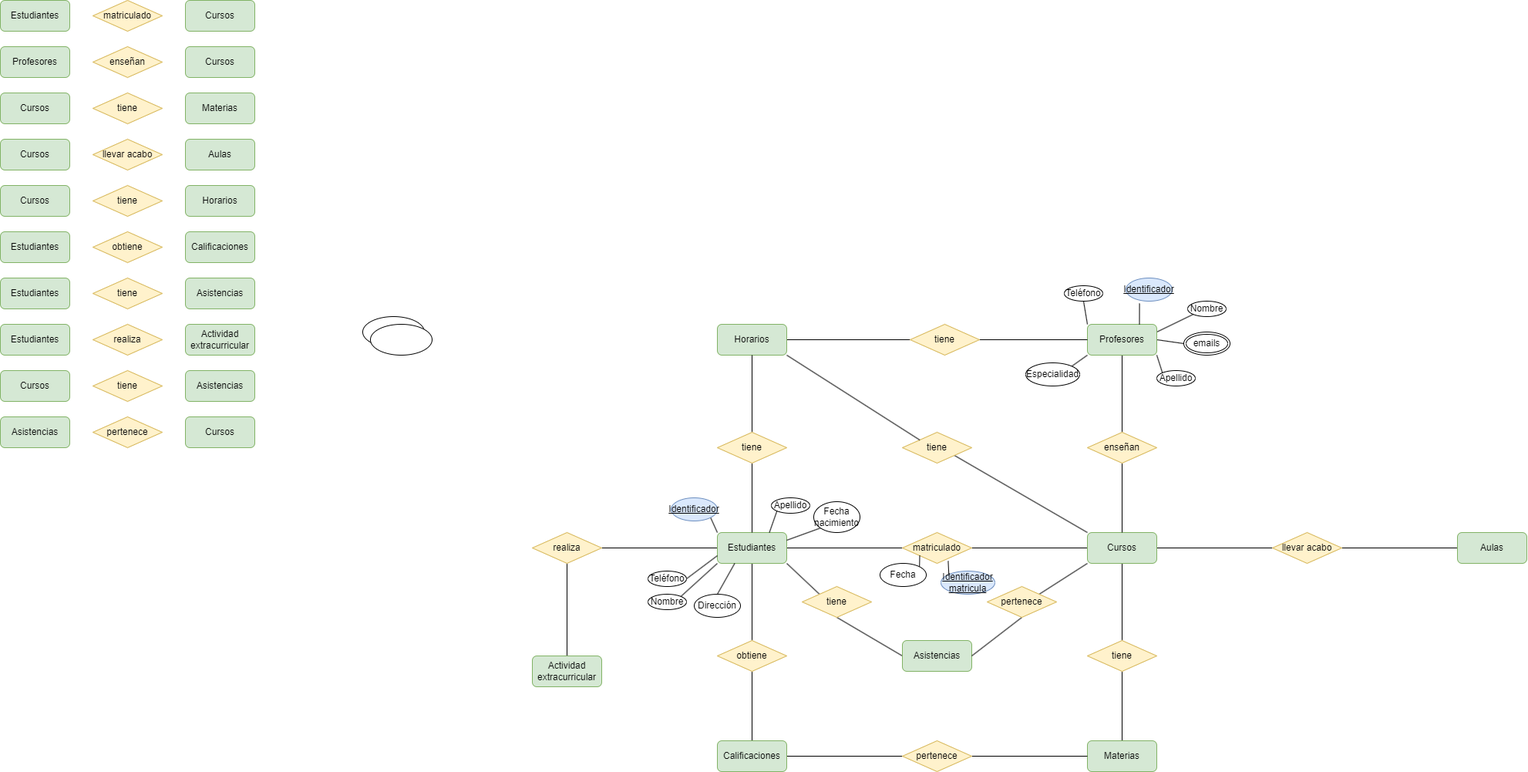
Above: Unidad-1/Tareas/Tareas-evaluables/Tarea-evaluable-1/Ejercicio-evaluable-1.drawio.png in LuisMGlez/base-datos (draw.io), before the change. Source tidied: cells renumbered, new cells last; positions are measured from the earlier drawing's top-left corner, leaving out a move shared by most shapes.
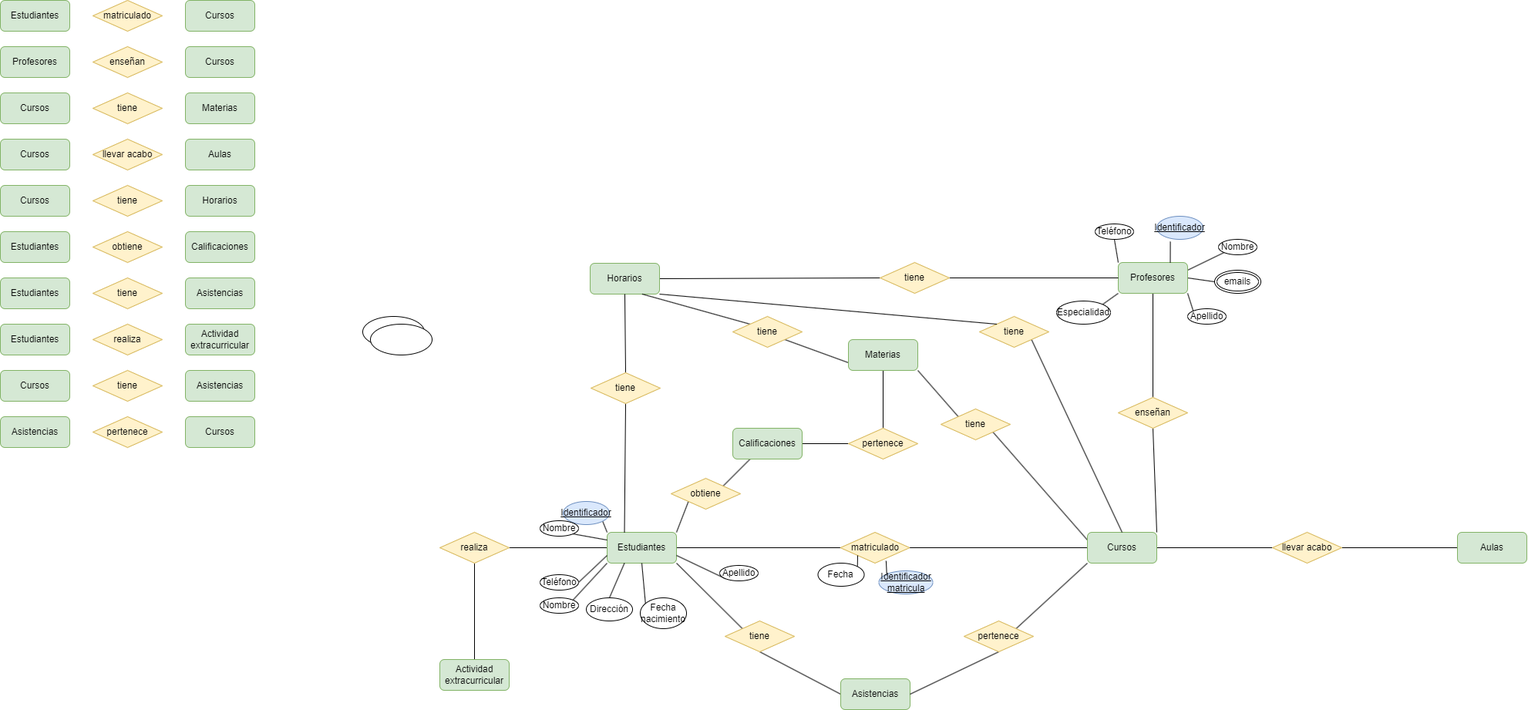
The same file after the commit.

Change to the diagram source:
```diff
@@ -88,5 +88,2 @@
     </mxCell>
-    <mxCell id="30" style="edgeStyle=orthogonalEdgeStyle;rounded=0;jettySize=auto;html=1;exitX=0.5;exitY=1;exitDx=0;exitDy=0;entryX=0.5;entryY=0;entryDx=0;entryDy=0;endArrow=none;endFill=0;" parent="1" edge="1" source="33" target="60">
-      <mxGeometry relative="1" as="geometry" />
-    </mxCell>
     <mxCell id="31" style="rounded=0;jettySize=auto;html=1;exitX=1;exitY=1;exitDx=0;exitDy=0;entryX=0;entryY=0;entryDx=0;entryDy=0;endArrow=none;endFill=0;" parent="1" edge="1" source="33" target="64">
@@ -97,4 +94,7 @@
     </mxCell>
+    <mxCell id="30" style="rounded=0;jettySize=auto;html=1;exitX=1;exitY=0;exitDx=0;exitDy=0;entryX=0;entryY=1;entryDx=0;entryDy=0;endArrow=none;endFill=0;" parent="1" edge="1" source="33" target="60">
+      <mxGeometry relative="1" as="geometry" />
+    </mxCell>
     <mxCell id="33" value="Estudiantes" style="rounded=1;whiteSpace=wrap;html=1;fillColor=#d5e8d4;strokeColor=#82b366;" parent="1" vertex="1">
-      <mxGeometry x="930" y="690" width="90" height="40" as="geometry" />
+      <mxGeometry x="787" y="690" width="90" height="40" as="geometry" />
     </mxCell>
@@ -104,7 +104,4 @@
     <mxCell id="35" value="matriculado" style="rhombus;whiteSpace=wrap;html=1;fillColor=#fff2cc;strokeColor=#d6b656;" parent="1" vertex="1">
-      <mxGeometry x="1170" y="690" width="90" height="40" as="geometry" />
+      <mxGeometry x="1089.5" y="690" width="90" height="40" as="geometry" />
     </mxCell>
-    <mxCell id="36" style="edgeStyle=orthogonalEdgeStyle;rounded=0;jettySize=auto;html=1;exitX=0.5;exitY=1;exitDx=0;exitDy=0;entryX=0.5;entryY=0;entryDx=0;entryDy=0;endArrow=none;endFill=0;" parent="1" edge="1" source="38" target="49">
-      <mxGeometry relative="1" as="geometry" />
-    </mxCell>
     <mxCell id="37" style="edgeStyle=orthogonalEdgeStyle;rounded=0;jettySize=auto;html=1;exitX=1;exitY=0.5;exitDx=0;exitDy=0;entryX=0;entryY=0.5;entryDx=0;entryDy=0;endArrow=none;endFill=0;" parent="1" edge="1" source="38" target="52">
@@ -112,2 +109,8 @@
     </mxCell>
+    <mxCell id="107" style="rounded=0;jettySize=auto;html=1;exitX=1;exitY=0;exitDx=0;exitDy=0;entryX=0.5;entryY=1;entryDx=0;entryDy=0;endArrow=none;endFill=0;" parent="1" edge="1" source="38" target="47">
+      <mxGeometry relative="1" as="geometry" />
+    </mxCell>
+    <mxCell id="108" style="rounded=0;jettySize=auto;html=1;exitX=0;exitY=0.25;exitDx=0;exitDy=0;entryX=1;entryY=1;entryDx=0;entryDy=0;endArrow=none;endFill=0;" parent="1" edge="1" source="38" target="111">
+      <mxGeometry relative="1" as="geometry" />
+    </mxCell>
     <mxCell id="38" value="Cursos" style="rounded=1;whiteSpace=wrap;html=1;fillColor=#d5e8d4;strokeColor=#82b366;" parent="1" vertex="1">
@@ -134,19 +137,7 @@
     <mxCell id="45" value="Profesores" style="rounded=1;whiteSpace=wrap;html=1;fillColor=#d5e8d4;strokeColor=#82b366;" parent="1" vertex="1">
-      <mxGeometry x="1410" y="420" width="90" height="40" as="geometry" />
+      <mxGeometry x="1450" y="340" width="90" height="40" as="geometry" />
     </mxCell>
-    <mxCell id="46" style="edgeStyle=orthogonalEdgeStyle;rounded=0;jettySize=auto;html=1;exitX=0.5;exitY=1;exitDx=0;exitDy=0;entryX=0.5;entryY=0;entryDx=0;entryDy=0;endArrow=none;endFill=0;" parent="1" edge="1" source="47" target="38">
-      <mxGeometry relative="1" as="geometry" />
-    </mxCell>
     <mxCell id="47" value="enseñan" style="rhombus;whiteSpace=wrap;html=1;fillColor=#fff2cc;strokeColor=#d6b656;" parent="1" vertex="1">
-      <mxGeometry x="1410" y="560" width="90" height="40" as="geometry" />
+      <mxGeometry x="1450" y="515" width="90" height="40" as="geometry" />
     </mxCell>
-    <mxCell id="48" style="edgeStyle=orthogonalEdgeStyle;rounded=0;jettySize=auto;html=1;exitX=0.5;exitY=1;exitDx=0;exitDy=0;entryX=0.5;entryY=0;entryDx=0;entryDy=0;endArrow=none;endFill=0;" parent="1" edge="1" source="49" target="50">
-      <mxGeometry relative="1" as="geometry" />
-    </mxCell>
-    <mxCell id="49" value="tiene" style="rhombus;whiteSpace=wrap;html=1;fillColor=#fff2cc;strokeColor=#d6b656;" parent="1" vertex="1">
-      <mxGeometry x="1410" y="830" width="90" height="40" as="geometry" />
-    </mxCell>
-    <mxCell id="50" value="Materias" style="rounded=1;whiteSpace=wrap;html=1;fillColor=#d5e8d4;strokeColor=#82b366;" parent="1" vertex="1">
-      <mxGeometry x="1410" y="960" width="90" height="40" as="geometry" />
-    </mxCell>
     <mxCell id="51" style="edgeStyle=orthogonalEdgeStyle;rounded=0;jettySize=auto;html=1;exitX=1;exitY=0.5;exitDx=0;exitDy=0;entryX=0;entryY=0.5;entryDx=0;entryDy=0;endArrow=none;endFill=0;" parent="1" edge="1" source="52" target="53">
@@ -160,3 +151,3 @@
     </mxCell>
-    <mxCell id="54" style="rounded=0;jettySize=auto;html=1;exitX=1;exitY=1;exitDx=0;exitDy=0;entryX=0;entryY=0;entryDx=0;entryDy=0;endArrow=none;endFill=0;" parent="1" edge="1" source="55" target="38">
+    <mxCell id="54" style="rounded=0;jettySize=auto;html=1;exitX=1;exitY=1;exitDx=0;exitDy=0;entryX=0.5;entryY=0;entryDx=0;entryDy=0;endArrow=none;endFill=0;" parent="1" edge="1" source="55" target="38">
       <mxGeometry relative="1" as="geometry" />
@@ -164,3 +155,3 @@
     <mxCell id="55" value="tiene" style="rhombus;whiteSpace=wrap;html=1;fillColor=#fff2cc;strokeColor=#d6b656;" parent="1" vertex="1">
-      <mxGeometry x="1170" y="560" width="90" height="40" as="geometry" />
+      <mxGeometry x="1270" y="410" width="90" height="40" as="geometry" />
     </mxCell>
@@ -169,3 +160,3 @@
     </mxCell>
-    <mxCell id="57" style="edgeStyle=orthogonalEdgeStyle;rounded=0;jettySize=auto;html=1;exitX=1;exitY=0.5;exitDx=0;exitDy=0;entryX=0;entryY=0.5;entryDx=0;entryDy=0;endArrow=none;endFill=0;" parent="1" edge="1" source="58" target="98">
+    <mxCell id="57" style="rounded=0;jettySize=auto;html=1;exitX=1;exitY=0.5;exitDx=0;exitDy=0;entryX=0;entryY=0.5;entryDx=0;entryDy=0;endArrow=none;endFill=0;" parent="1" edge="1" source="58" target="98">
       <mxGeometry relative="1" as="geometry" />
@@ -173,5 +164,5 @@
     <mxCell id="58" value="Horarios" style="rounded=1;whiteSpace=wrap;html=1;fillColor=#d5e8d4;strokeColor=#82b366;" parent="1" vertex="1">
-      <mxGeometry x="930" y="420" width="90" height="40" as="geometry" />
+      <mxGeometry x="765" y="341" width="90" height="40" as="geometry" />
     </mxCell>
-    <mxCell id="59" style="edgeStyle=orthogonalEdgeStyle;rounded=0;jettySize=auto;html=1;exitX=0.5;exitY=1;exitDx=0;exitDy=0;entryX=0.5;entryY=0;entryDx=0;entryDy=0;endArrow=none;endFill=0;" parent="1" edge="1" source="60" target="62">
+    <mxCell id="59" style="rounded=0;jettySize=auto;html=1;exitX=1;exitY=0;exitDx=0;exitDy=0;entryX=0.25;entryY=1;entryDx=0;entryDy=0;endArrow=none;endFill=0;" parent="1" edge="1" source="60" target="62">
       <mxGeometry relative="1" as="geometry" />
@@ -179,3 +170,3 @@
     <mxCell id="60" value="obtiene" style="rhombus;whiteSpace=wrap;html=1;fillColor=#fff2cc;strokeColor=#d6b656;" parent="1" vertex="1">
-      <mxGeometry x="930" y="830" width="90" height="40" as="geometry" />
+      <mxGeometry x="870" y="620" width="90" height="40" as="geometry" />
     </mxCell>
@@ -185,3 +176,3 @@
     <mxCell id="62" value="Calificaciones" style="rounded=1;whiteSpace=wrap;html=1;fillColor=#d5e8d4;strokeColor=#82b366;" parent="1" vertex="1">
-      <mxGeometry x="930" y="960" width="90" height="40" as="geometry" />
+      <mxGeometry x="950" y="555" width="90" height="40" as="geometry" />
     </mxCell>
@@ -191,6 +182,6 @@
     <mxCell id="64" value="tiene" style="rhombus;whiteSpace=wrap;html=1;fillColor=#fff2cc;strokeColor=#d6b656;" parent="1" vertex="1">
-      <mxGeometry x="1040" y="760" width="90" height="40" as="geometry" />
+      <mxGeometry x="940" y="805" width="90" height="40" as="geometry" />
     </mxCell>
     <mxCell id="65" value="Asistencias" style="rounded=1;whiteSpace=wrap;html=1;fillColor=#d5e8d4;strokeColor=#82b366;" parent="1" vertex="1">
-      <mxGeometry x="1170" y="830" width="90" height="40" as="geometry" />
+      <mxGeometry x="1090" y="880" width="90" height="40" as="geometry" />
     </mxCell>
@@ -203,5 +194,5 @@
     <mxCell id="68" value="pertenece" style="rhombus;whiteSpace=wrap;html=1;fillColor=#fff2cc;strokeColor=#d6b656;" parent="1" vertex="1">
-      <mxGeometry x="1280" y="760" width="90" height="40" as="geometry" />
+      <mxGeometry x="1250" y="805" width="90" height="40" as="geometry" />
     </mxCell>
-    <mxCell id="69" style="edgeStyle=orthogonalEdgeStyle;rounded=0;jettySize=auto;html=1;exitX=1;exitY=0.5;exitDx=0;exitDy=0;entryX=0;entryY=0.5;entryDx=0;entryDy=0;endArrow=none;endFill=0;" parent="1" edge="1" source="70" target="50">
+    <mxCell id="69" style="rounded=0;jettySize=auto;html=1;exitX=0.5;exitY=0;exitDx=0;exitDy=0;endArrow=none;endFill=0;" parent="1" edge="1" source="70" target="50">
       <mxGeometry relative="1" as="geometry" />
@@ -209,3 +200,3 @@
     <mxCell id="70" value="pertenece" style="rhombus;whiteSpace=wrap;html=1;fillColor=#fff2cc;strokeColor=#d6b656;" parent="1" vertex="1">
-      <mxGeometry x="1170" y="960" width="90" height="40" as="geometry" />
+      <mxGeometry x="1100" y="555" width="90" height="40" as="geometry" />
     </mxCell>
@@ -215,6 +206,6 @@
     <mxCell id="72" value="realiza" style="rhombus;whiteSpace=wrap;html=1;fillColor=#fff2cc;strokeColor=#d6b656;" parent="1" vertex="1">
-      <mxGeometry x="690" y="690" width="90" height="40" as="geometry" />
+      <mxGeometry x="570" y="690" width="90" height="40" as="geometry" />
     </mxCell>
     <mxCell id="73" value="Actividad extracurricular" style="rounded=1;whiteSpace=wrap;html=1;fillColor=#d5e8d4;strokeColor=#82b366;" parent="1" vertex="1">
-      <mxGeometry x="690" y="850" width="90" height="40" as="geometry" />
+      <mxGeometry x="570" y="855" width="90" height="40" as="geometry" />
     </mxCell>
@@ -236,3 +227,3 @@
     <mxCell id="79" value="Especialidad" style="ellipse;whiteSpace=wrap;html=1;" parent="1" vertex="1">
-      <mxGeometry x="1330" y="470" width="70" height="30" as="geometry" />
+      <mxGeometry x="1370" y="390" width="70" height="30" as="geometry" />
     </mxCell>
@@ -242,3 +233,3 @@
     <mxCell id="81" value="Fecha" style="ellipse;whiteSpace=wrap;html=1;" parent="1" vertex="1">
-      <mxGeometry x="1141" y="730" width="60" height="30" as="geometry" />
+      <mxGeometry x="1060.5" y="730" width="60" height="30" as="geometry" />
     </mxCell>
@@ -248,3 +239,3 @@
     <mxCell id="83" value="Teléfono" style="ellipse;whiteSpace=wrap;html=1;" parent="1" vertex="1">
-      <mxGeometry x="840" y="740" width="50" height="20" as="geometry" />
+      <mxGeometry x="700" y="745" width="50" height="20" as="geometry" />
     </mxCell>
@@ -254,5 +245,5 @@
     <mxCell id="85" value="Dirección" style="ellipse;whiteSpace=wrap;html=1;" parent="1" vertex="1">
-      <mxGeometry x="900" y="770" width="60" height="30" as="geometry" />
+      <mxGeometry x="760" y="775" width="60" height="30" as="geometry" />
     </mxCell>
-    <mxCell id="86" style="rounded=0;jettySize=auto;html=1;exitX=0;exitY=1;exitDx=0;exitDy=0;entryX=1;entryY=0.25;entryDx=0;entryDy=0;endArrow=none;endFill=0;" parent="1" edge="1" source="87" target="33">
+    <mxCell id="86" style="rounded=0;jettySize=auto;html=1;exitX=0;exitY=1;exitDx=0;exitDy=0;entryX=0.5;entryY=1;entryDx=0;entryDy=0;endArrow=none;endFill=0;" parent="1" edge="1" source="87" target="33">
       <mxGeometry relative="1" as="geometry" />
@@ -260,5 +251,5 @@
     <mxCell id="87" value="Fecha nacimiento" style="ellipse;whiteSpace=wrap;html=1;" parent="1" vertex="1">
-      <mxGeometry x="1055" y="650" width="60" height="40" as="geometry" />
+      <mxGeometry x="830" y="775" width="60" height="40" as="geometry" />
     </mxCell>
-    <mxCell id="88" style="rounded=0;jettySize=auto;html=1;exitX=0;exitY=1;exitDx=0;exitDy=0;entryX=0.75;entryY=0;entryDx=0;entryDy=0;endArrow=none;endFill=0;" parent="1" edge="1" source="89" target="33">
+    <mxCell id="88" style="rounded=0;jettySize=auto;html=1;exitX=0;exitY=1;exitDx=0;exitDy=0;entryX=1;entryY=0.75;entryDx=0;entryDy=0;endArrow=none;endFill=0;" parent="1" edge="1" source="89" target="33">
       <mxGeometry relative="1" as="geometry" />
@@ -266,3 +257,3 @@
     <mxCell id="89" value="Apellido" style="ellipse;whiteSpace=wrap;html=1;" parent="1" vertex="1">
-      <mxGeometry x="1000" y="645" width="50" height="20" as="geometry" />
+      <mxGeometry x="933" y="733" width="50" height="20" as="geometry" />
     </mxCell>
@@ -272,3 +263,3 @@
     <mxCell id="91" value="Nombre" style="ellipse;whiteSpace=wrap;html=1;" parent="1" vertex="1">
-      <mxGeometry x="840" y="770" width="50" height="20" as="geometry" />
+      <mxGeometry x="700" y="775" width="50" height="20" as="geometry" />
     </mxCell>
@@ -278,8 +269,8 @@
     <mxCell id="93" value="&lt;u&gt;Identificador&lt;/u&gt;" style="ellipse;whiteSpace=wrap;html=1;fillColor=#dae8fc;strokeColor=#6c8ebf;" parent="1" vertex="1">
-      <mxGeometry x="870" y="645" width="60" height="30" as="geometry" />
+      <mxGeometry x="730" y="650" width="60" height="30" as="geometry" />
     </mxCell>
-    <mxCell id="94" style="edgeStyle=orthogonalEdgeStyle;rounded=0;jettySize=auto;html=1;exitX=0.5;exitY=1;exitDx=0;exitDy=0;entryX=0.5;entryY=0;entryDx=0;entryDy=0;endArrow=none;endFill=0;" parent="1" edge="1" source="96" target="33">
+    <mxCell id="94" style="rounded=0;jettySize=auto;html=1;exitX=0.5;exitY=1;exitDx=0;exitDy=0;entryX=0.25;entryY=0;entryDx=0;entryDy=0;endArrow=none;endFill=0;" parent="1" edge="1" source="96" target="33">
       <mxGeometry relative="1" as="geometry" />
     </mxCell>
-    <mxCell id="95" style="edgeStyle=orthogonalEdgeStyle;rounded=0;jettySize=auto;html=1;exitX=0.5;exitY=0;exitDx=0;exitDy=0;entryX=0.5;entryY=1;entryDx=0;entryDy=0;endArrow=none;endFill=0;" parent="1" edge="1" source="96" target="58">
+    <mxCell id="95" style="rounded=0;jettySize=auto;html=1;exitX=0.5;exitY=0;exitDx=0;exitDy=0;entryX=0.5;entryY=1;entryDx=0;entryDy=0;endArrow=none;endFill=0;" parent="1" edge="1" source="96" target="58">
       <mxGeometry relative="1" as="geometry" />
@@ -287,3 +278,3 @@
     <mxCell id="96" value="tiene" style="rhombus;whiteSpace=wrap;html=1;fillColor=#fff2cc;strokeColor=#d6b656;" parent="1" vertex="1">
-      <mxGeometry x="930" y="560" width="90" height="40" as="geometry" />
+      <mxGeometry x="766" y="483" width="90" height="40" as="geometry" />
     </mxCell>
@@ -293,6 +284,6 @@
     <mxCell id="98" value="tiene" style="rhombus;whiteSpace=wrap;html=1;fillColor=#fff2cc;strokeColor=#d6b656;" parent="1" vertex="1">
-      <mxGeometry x="1180" y="420" width="90" height="40" as="geometry" />
+      <mxGeometry x="1141" y="340" width="90" height="40" as="geometry" />
     </mxCell>
     <mxCell id="99" value="&lt;u&gt;Identificador matricula&lt;/u&gt;" style="ellipse;whiteSpace=wrap;html=1;fillColor=#dae8fc;strokeColor=#6c8ebf;" parent="1" vertex="1">
-      <mxGeometry x="1220" y="740" width="70" height="30" as="geometry" />
+      <mxGeometry x="1139.5" y="740" width="70" height="30" as="geometry" />
     </mxCell>
@@ -302,15 +293,15 @@
     <mxCell id="101" value="&lt;u&gt;Identificador&lt;/u&gt;" style="ellipse;whiteSpace=wrap;html=1;fillColor=#dae8fc;strokeColor=#6c8ebf;" parent="1" vertex="1">
-      <mxGeometry x="1460" y="360" width="60" height="30" as="geometry" />
+      <mxGeometry x="1500" y="280" width="60" height="30" as="geometry" />
     </mxCell>
     <mxCell id="102" value="Nombre" style="ellipse;whiteSpace=wrap;html=1;" parent="1" vertex="1">
-      <mxGeometry x="1540" y="390" width="50" height="20" as="geometry" />
+      <mxGeometry x="1580" y="310" width="50" height="20" as="geometry" />
     </mxCell>
     <mxCell id="103" value="Apellido" style="ellipse;whiteSpace=wrap;html=1;" parent="1" vertex="1">
-      <mxGeometry x="1500" y="480" width="50" height="20" as="geometry" />
+      <mxGeometry x="1540" y="400" width="50" height="20" as="geometry" />
     </mxCell>
     <mxCell id="104" value="Teléfono" style="ellipse;whiteSpace=wrap;html=1;" parent="1" vertex="1">
-      <mxGeometry x="1380" y="370" width="50" height="20" as="geometry" />
+      <mxGeometry x="1420" y="290" width="50" height="20" as="geometry" />
     </mxCell>
     <mxCell id="105" value="emails" style="ellipse;shape=doubleEllipse;margin=3;whiteSpace=wrap;html=1;align=center;" parent="1" vertex="1">
-      <mxGeometry x="1535" y="430" width="60" height="30" as="geometry" />
+      <mxGeometry x="1575" y="350" width="60" height="30" as="geometry" />
     </mxCell>
@@ -319,2 +310,26 @@
     </mxCell>
+    <mxCell id="109" style="rounded=0;jettySize=auto;html=1;exitX=0;exitY=0.75;exitDx=0;exitDy=0;entryX=1;entryY=1;entryDx=0;entryDy=0;endArrow=none;endFill=0;" parent="1" edge="1" source="50" target="115">
+      <mxGeometry relative="1" as="geometry" />
+    </mxCell>
+    <mxCell id="50" value="Materias" style="rounded=1;whiteSpace=wrap;html=1;fillColor=#d5e8d4;strokeColor=#82b366;" parent="1" vertex="1">
+      <mxGeometry x="1100" y="440" width="90" height="40" as="geometry" />
+    </mxCell>
+    <mxCell id="110" style="rounded=0;jettySize=auto;html=1;exitX=0;exitY=0;exitDx=0;exitDy=0;entryX=1;entryY=1;entryDx=0;entryDy=0;endArrow=none;endFill=0;" parent="1" edge="1" source="111" target="50">
+      <mxGeometry relative="1" as="geometry" />
+    </mxCell>
+    <mxCell id="111" value="tiene" style="rhombus;whiteSpace=wrap;html=1;fillColor=#fff2cc;strokeColor=#d6b656;" parent="1" vertex="1">
+      <mxGeometry x="1220" y="530" width="90" height="40" as="geometry" />
+    </mxCell>
+    <mxCell id="112" style="rounded=0;jettySize=auto;html=1;exitX=1;exitY=1;exitDx=0;exitDy=0;entryX=0;entryY=0.25;entryDx=0;entryDy=0;endArrow=none;endFill=0;" parent="1" edge="1" source="113" target="33">
+      <mxGeometry relative="1" as="geometry" />
+    </mxCell>
+    <mxCell id="113" value="Nombre" style="ellipse;whiteSpace=wrap;html=1;" parent="1" vertex="1">
+      <mxGeometry x="700" y="675" width="50" height="20" as="geometry" />
+    </mxCell>
+    <mxCell id="114" style="rounded=0;jettySize=auto;html=1;exitX=0;exitY=0;exitDx=0;exitDy=0;entryX=0.75;entryY=1;entryDx=0;entryDy=0;endArrow=none;endFill=0;" parent="1" edge="1" source="115" target="58">
+      <mxGeometry relative="1" as="geometry" />
+    </mxCell>
+    <mxCell id="115" value="tiene" style="rhombus;whiteSpace=wrap;html=1;fillColor=#fff2cc;strokeColor=#d6b656;" parent="1" vertex="1">
+      <mxGeometry x="950" y="410" width="90" height="40" as="geometry" />
+    </mxCell>
   </root>
```
